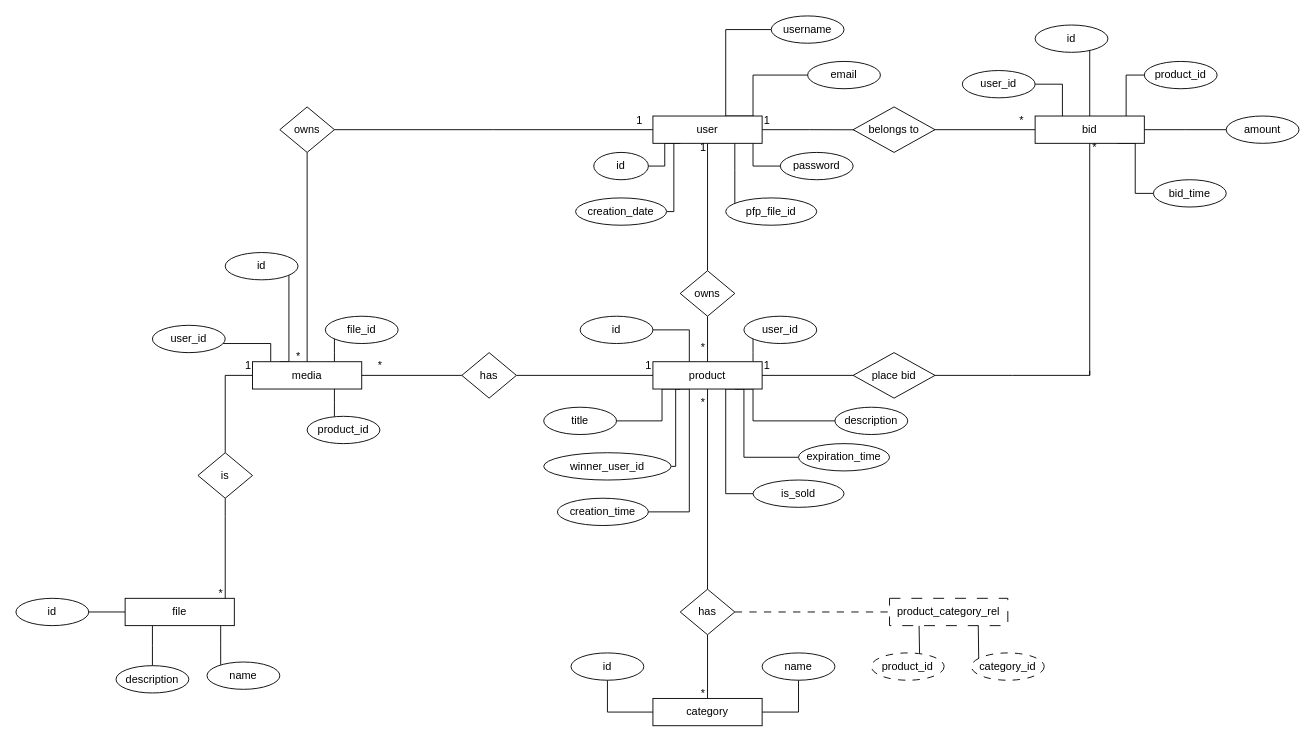
Before: er-diagram/er-diagram.drawio in StarToLeft/slpws23, a draw.io diagram. Source tidied: cells renumbered, new cells numbered last; positions are measured from the earlier drawing's top-left corner, leaving out a move shared by most shapes. Both pictures are drawn from the tidied source at 91%, with x=0, y=0 at pixel (15, 15).
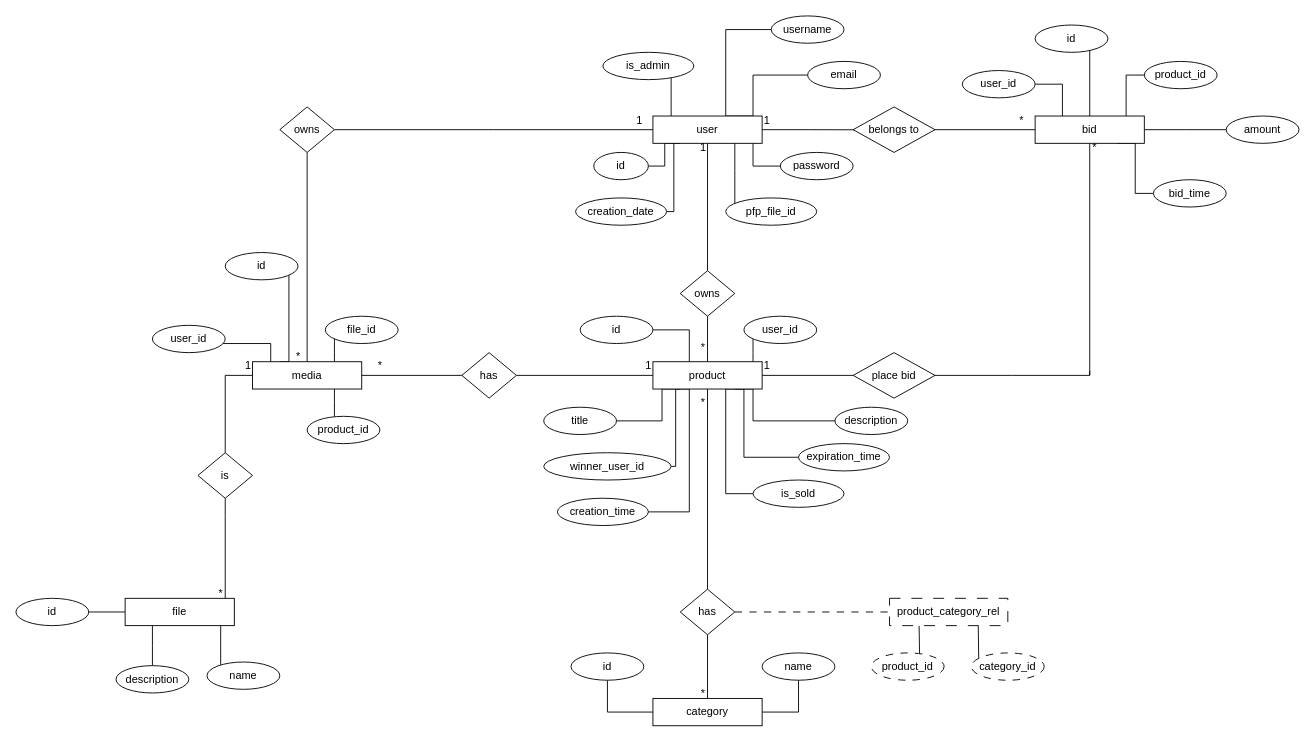
The same diagram, later.

Unchanged cells that the change refers to:
```xml
<mxCell id="12" value="user" style="whiteSpace=wrap;html=1;align=center;newEdgeStyle={&quot;edgeStyle&quot;:&quot;elbowEdgeStyle&quot;,&quot;startArrow&quot;:&quot;none&quot;,&quot;endArrow&quot;:&quot;none&quot;};" parent="1" vertex="1">
  <mxGeometry x="700" y="110" width="120" height="30" as="geometry" />
</mxCell>
```

The edit, as a diff of the source:
```diff
@@
+    <mxCell id="107" style="edgeStyle=elbowEdgeStyle;html=1;startArrow=none;endArrow=none;entryX=1;entryY=0.5;entryDx=0;entryDy=0;" parent="1" edge="1" source="12" target="108">
+      <mxGeometry relative="1" as="geometry">
+        <Array as="points">
+          <mxPoint x="720" y="90" />
+        </Array>
+      </mxGeometry>
+    </mxCell>
@@
+    <mxCell id="108" value="is_admin" style="ellipse;whiteSpace=wrap;html=1;align=center;newEdgeStyle={&quot;edgeStyle&quot;:&quot;entityRelationEdgeStyle&quot;,&quot;startArrow&quot;:&quot;none&quot;,&quot;endArrow&quot;:&quot;none&quot;,&quot;segment&quot;:10,&quot;curved&quot;:1,&quot;sourcePerimeterSpacing&quot;:0,&quot;targetPerimeterSpacing&quot;:0};" parent="1" vertex="1">
+      <mxGeometry x="645" y="40" width="100" height="30" as="geometry" />
+    </mxCell>
```
